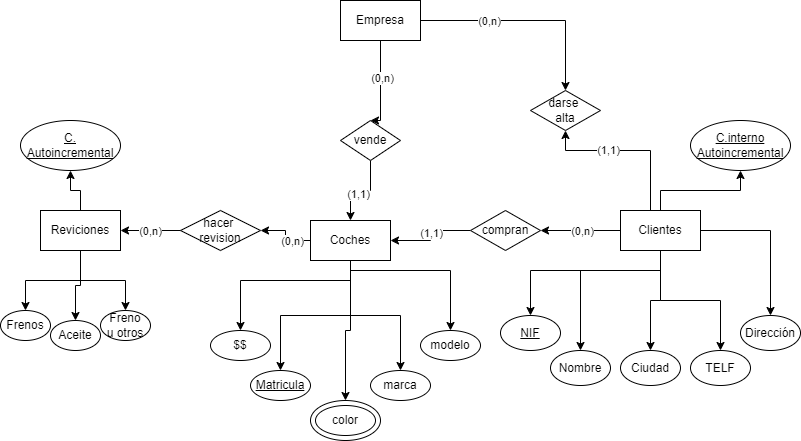
Above: Ejercicios/images/Diagrama_BAE_E3.drawio.png in adogonz23/BAE (draw.io), before the change. Source tidied: cells renumbered, new cells last; positions are measured from the earlier drawing's top-left corner, leaving out a move shared by most shapes.
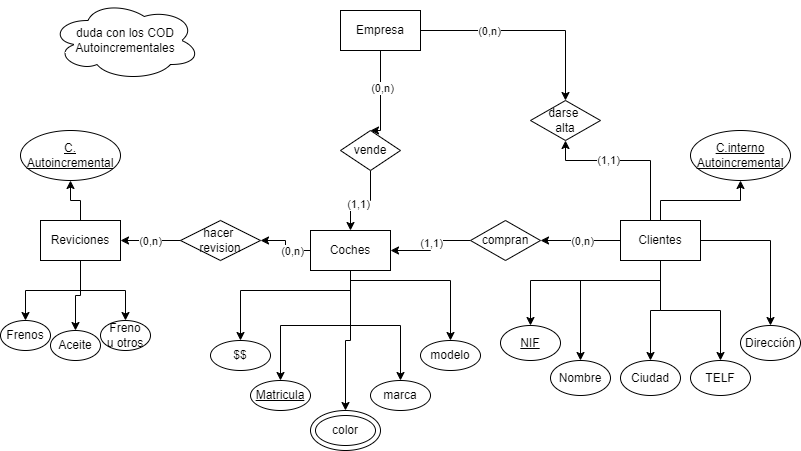
Later version of the same file.

Diff of the diagram source:
```diff
@@ -196,5 +196,8 @@
     <mxCell id="56" value="&lt;u&gt;C.interno&lt;br&gt;Autoincremental&lt;/u&gt;" style="ellipse;whiteSpace=wrap;html=1;" parent="1" vertex="1">
       <mxGeometry x="690" y="120" width="100" height="50" as="geometry" />
     </mxCell>
+    <mxCell id="57" value="duda con los COD&lt;br&gt;Autoincrementales" style="ellipse;shape=cloud;whiteSpace=wrap;html=1;" parent="1" vertex="1">
+      <mxGeometry x="50" y="-10" width="150" height="80" as="geometry" />
+    </mxCell>
   </root>
 </mxGraphModel>
```
